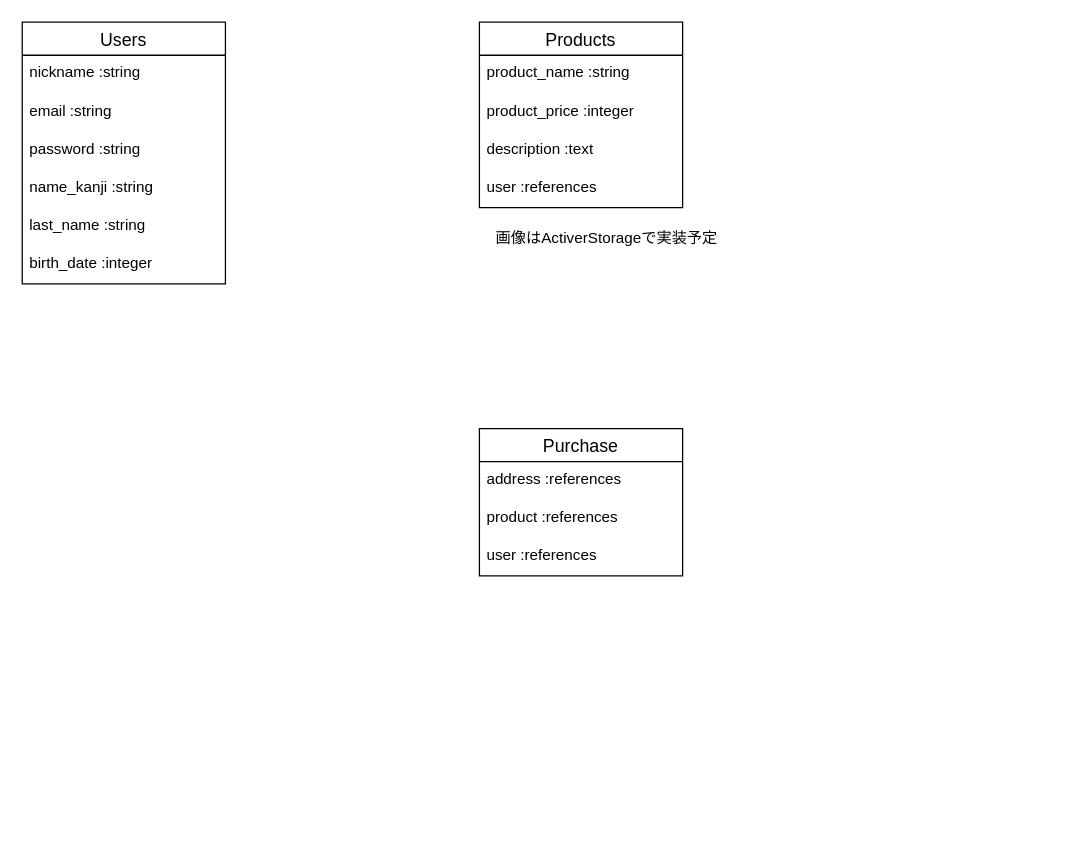
Before: ER.dio in tuckriver/furima-46646, a draw.io diagram. Source tidied: cells renumbered, new cells numbered last; positions are measured from the earlier drawing's top-left corner, leaving out a move shared by most shapes. Both pictures are drawn from the tidied source at 127%, with x=0, y=0 at pixel (22, 22).
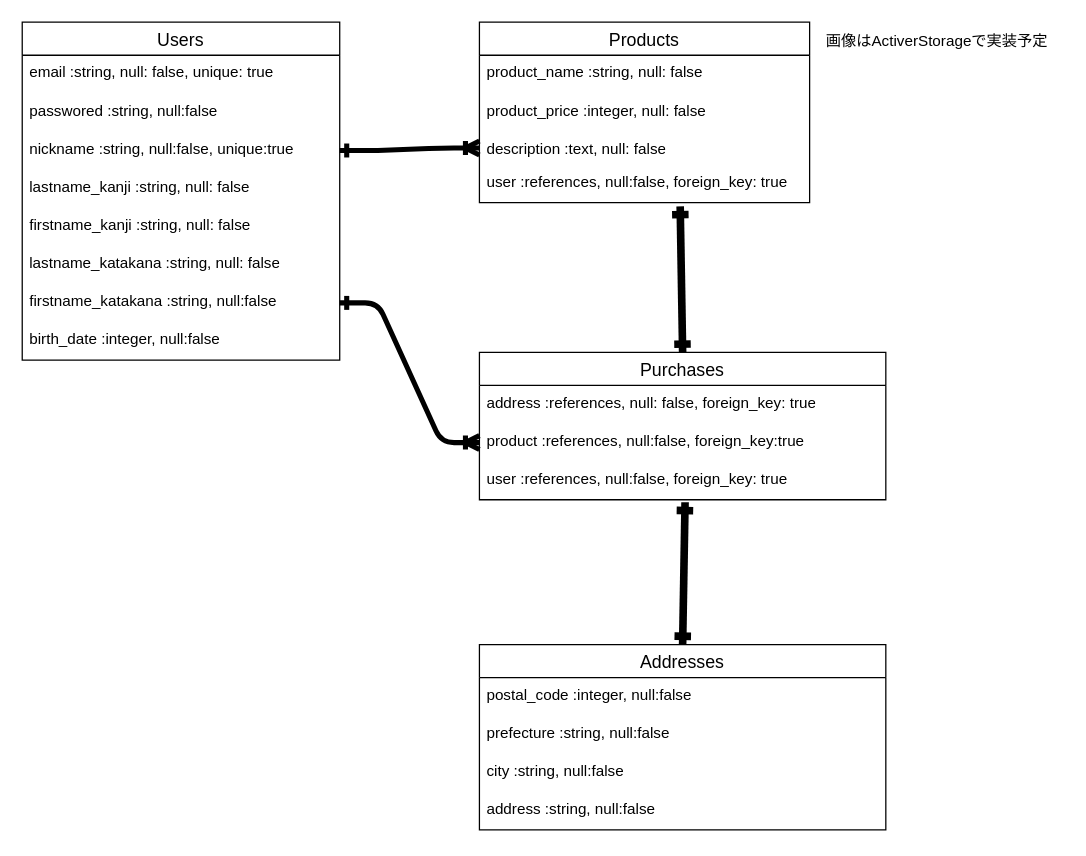
After the change.

The edit, as a diff of the source:
```diff
@@
     <mxCell id="2" value="Users" style="swimlane;fontStyle=0;horizontal=1;startSize=26;align=center;fontSize=14;" parent="1" vertex="1">
-      <mxGeometry width="160" height="206" as="geometry" />
+      <mxGeometry width="250" height="266" as="geometry" />
     </mxCell>
-    <mxCell id="3" value="nickname :string" style="text;strokeColor=none;fillColor=none;spacingLeft=4;spacingRight=4;overflow=hidden;fontSize=12;whiteSpace=wrap;html=1;" parent="2" vertex="1">
-      <mxGeometry y="26" width="160" height="30" as="geometry" />
+    <mxCell id="3" value="email :string, null: false, unique: true" style="text;strokeColor=none;fillColor=none;spacingLeft=4;spacingRight=4;overflow=hidden;fontSize=12;whiteSpace=wrap;html=1;" parent="2" vertex="1">
+      <mxGeometry y="26" width="250" height="30" as="geometry" />
     </mxCell>
-    <mxCell id="4" value="email :string" style="text;strokeColor=none;fillColor=none;spacingLeft=4;spacingRight=4;overflow=hidden;fontSize=12;whiteSpace=wrap;html=1;" parent="2" vertex="1">
-      <mxGeometry y="56" width="160" height="30" as="geometry" />
+    <mxCell id="4" value="passwored :string, null:false&amp;nbsp;" style="text;strokeColor=none;fillColor=none;spacingLeft=4;spacingRight=4;overflow=hidden;fontSize=12;whiteSpace=wrap;html=1;" parent="2" vertex="1">
+      <mxGeometry y="56" width="250" height="30" as="geometry" />
     </mxCell>
-    <mxCell id="5" value="password :string" style="text;strokeColor=none;fillColor=none;spacingLeft=4;spacingRight=4;overflow=hidden;points=[[0,0.5],[1,0.5]];portConstraint=eastwest;fontSize=12;whiteSpace=wrap;html=1;" parent="2" vertex="1">
-      <mxGeometry y="86" width="160" height="30" as="geometry" />
+    <mxCell id="5" value="nickname :string, null:false, unique:true" style="text;strokeColor=none;fillColor=none;spacingLeft=4;spacingRight=4;overflow=hidden;points=[[0,0.5],[1,0.5]];portConstraint=eastwest;fontSize=12;whiteSpace=wrap;html=1;" parent="2" vertex="1">
+      <mxGeometry y="86" width="250" height="30" as="geometry" />
     </mxCell>
-    <mxCell id="6" value="name_kanji :string" style="text;strokeColor=none;fillColor=none;spacingLeft=4;spacingRight=4;overflow=hidden;fontSize=12;whiteSpace=wrap;html=1;" parent="2" vertex="1">
-      <mxGeometry y="116" width="160" height="30" as="geometry" />
+    <mxCell id="6" value="lastname_kanji :string, null: false" style="text;strokeColor=none;fillColor=none;spacingLeft=4;spacingRight=4;overflow=hidden;fontSize=12;whiteSpace=wrap;html=1;" parent="2" vertex="1">
+      <mxGeometry y="116" width="250" height="30" as="geometry" />
     </mxCell>
-    <mxCell id="7" value="last_name :string" style="text;strokeColor=none;fillColor=none;spacingLeft=4;spacingRight=4;overflow=hidden;fontSize=12;whiteSpace=wrap;html=1;" parent="2" vertex="1">
-      <mxGeometry y="146" width="160" height="30" as="geometry" />
+    <mxCell id="7" value="firstname_kanji :string, null: false" style="text;strokeColor=none;fillColor=none;spacingLeft=4;spacingRight=4;overflow=hidden;fontSize=12;whiteSpace=wrap;html=1;" parent="2" vertex="1">
+      <mxGeometry y="146" width="250" height="30" as="geometry" />
     </mxCell>
-    <mxCell id="8" value="birth_date :integer" style="text;strokeColor=none;fillColor=none;spacingLeft=4;spacingRight=4;overflow=hidden;fontSize=12;whiteSpace=wrap;html=1;" parent="2" vertex="1">
-      <mxGeometry y="176" width="160" height="30" as="geometry" />
+    <mxCell id="8" value="lastname_katakana :string, null: false" style="text;strokeColor=none;fillColor=none;spacingLeft=4;spacingRight=4;overflow=hidden;fontSize=12;whiteSpace=wrap;html=1;" parent="2" vertex="1">
+      <mxGeometry y="176" width="250" height="30" as="geometry" />
     </mxCell>
+    <mxCell id="19" value="firstname_katakana :string, null:false" style="text;strokeColor=none;fillColor=none;spacingLeft=4;spacingRight=4;overflow=hidden;points=[[0,0.5],[1,0.5]];portConstraint=eastwest;fontSize=12;whiteSpace=wrap;html=1;" parent="2" vertex="1">
+      <mxGeometry y="206" width="250" height="30" as="geometry" />
+    </mxCell>
+    <mxCell id="20" value="birth_date :integer, null:false" style="text;strokeColor=none;fillColor=none;spacingLeft=4;spacingRight=4;overflow=hidden;fontSize=12;whiteSpace=wrap;html=1;" parent="2" vertex="1">
+      <mxGeometry y="236" width="250" height="30" as="geometry" />
+    </mxCell>
     <mxCell id="9" value="Products" style="swimlane;fontStyle=0;horizontal=1;startSize=26;align=center;fontSize=14;" parent="1" vertex="1">
-      <mxGeometry x="360" width="160" height="146" as="geometry" />
+      <mxGeometry x="360" width="260" height="142" as="geometry" />
     </mxCell>
-    <mxCell id="10" value="product_name :string" style="text;strokeColor=none;fillColor=none;spacingLeft=4;spacingRight=4;overflow=hidden;fontSize=12;whiteSpace=wrap;html=1;" parent="9" vertex="1">
-      <mxGeometry y="26" width="160" height="30" as="geometry" />
+    <mxCell id="10" value="product_name :string, null: false" style="text;strokeColor=none;fillColor=none;spacingLeft=4;spacingRight=4;overflow=hidden;fontSize=12;whiteSpace=wrap;html=1;" parent="9" vertex="1">
+      <mxGeometry y="26" width="260" height="30" as="geometry" />
     </mxCell>
-    <mxCell id="11" value="product_price :integer" style="text;strokeColor=none;fillColor=none;spacingLeft=4;spacingRight=4;overflow=hidden;fontSize=12;whiteSpace=wrap;html=1;" parent="9" vertex="1">
-      <mxGeometry y="56" width="160" height="30" as="geometry" />
+    <mxCell id="11" value="product_price :integer, null: false" style="text;strokeColor=none;fillColor=none;spacingLeft=4;spacingRight=4;overflow=hidden;fontSize=12;whiteSpace=wrap;html=1;" parent="9" vertex="1">
+      <mxGeometry y="56" width="260" height="30" as="geometry" />
     </mxCell>
-    <mxCell id="12" value="description :text" style="text;strokeColor=none;fillColor=none;spacingLeft=4;spacingRight=4;overflow=hidden;points=[[0,0.5],[1,0.5]];portConstraint=eastwest;fontSize=12;whiteSpace=wrap;html=1;" parent="9" vertex="1">
-      <mxGeometry y="86" width="160" height="30" as="geometry" />
+    <mxCell id="12" value="description :text, null: false" style="text;strokeColor=none;fillColor=none;spacingLeft=4;spacingRight=4;overflow=hidden;points=[[0,0.5],[1,0.5]];portConstraint=eastwest;fontSize=12;whiteSpace=wrap;html=1;" parent="9" vertex="1">
+      <mxGeometry y="86" width="260" height="26" as="geometry" />
     </mxCell>
-    <mxCell id="13" value="user :references" style="text;strokeColor=none;fillColor=none;spacingLeft=4;spacingRight=4;overflow=hidden;points=[[0,0.5],[1,0.5]];portConstraint=eastwest;fontSize=12;whiteSpace=wrap;html=1;" parent="9" vertex="1">
-      <mxGeometry y="116" width="160" height="30" as="geometry" />
+    <mxCell id="13" value="user :references, null:false, foreign_key: true" style="text;strokeColor=none;fillColor=none;spacingLeft=4;spacingRight=4;overflow=hidden;points=[[0,0.5],[1,0.5]];portConstraint=eastwest;fontSize=12;whiteSpace=wrap;html=1;" parent="9" vertex="1">
+      <mxGeometry y="112" width="260" height="30" as="geometry" />
     </mxCell>
     <mxCell id="14" value="画像はActiverStorageで実装予定" style="text;html=1;align=center;verticalAlign=middle;strokeColor=none;fillColor=none;" parent="1" vertex="1">
-      <mxGeometry x="360" y="155" width="200" height="30" as="geometry" />
+      <mxGeometry x="620" width="200" height="30" as="geometry" />
     </mxCell>
-    <mxCell id="15" value="Purchase" style="swimlane;fontStyle=0;horizontal=1;startSize=26;align=center;fontSize=14;" parent="1" vertex="1">
-      <mxGeometry x="360" y="320" width="160" height="116" as="geometry" />
+    <mxCell id="15" value="Purchases" style="swimlane;fontStyle=0;horizontal=1;startSize=26;align=center;fontSize=14;" parent="1" vertex="1">
+      <mxGeometry x="360" y="260" width="320" height="116" as="geometry" />
     </mxCell>
-    <mxCell id="16" value="address :references" style="text;strokeColor=none;fillColor=none;spacingLeft=4;spacingRight=4;overflow=hidden;fontSize=12;whiteSpace=wrap;html=1;" parent="15" vertex="1">
-      <mxGeometry y="26" width="160" height="30" as="geometry" />
+    <mxCell id="16" value="address :references, null: false, foreign_key: true" style="text;strokeColor=none;fillColor=none;spacingLeft=4;spacingRight=4;overflow=hidden;fontSize=12;whiteSpace=wrap;html=1;" parent="15" vertex="1">
+      <mxGeometry y="26" width="320" height="30" as="geometry" />
     </mxCell>
-    <mxCell id="17" value="product :references" style="text;strokeColor=none;fillColor=none;spacingLeft=4;spacingRight=4;overflow=hidden;points=[[0,0.5],[1,0.5]];portConstraint=eastwest;fontSize=12;whiteSpace=wrap;html=1;" parent="15" vertex="1">
-      <mxGeometry y="56" width="160" height="30" as="geometry" />
+    <mxCell id="17" value="product :references, null:false, foreign_key:true" style="text;strokeColor=none;fillColor=none;spacingLeft=4;spacingRight=4;overflow=hidden;points=[[0,0.5],[1,0.5]];portConstraint=eastwest;fontSize=12;whiteSpace=wrap;html=1;" parent="15" vertex="1">
+      <mxGeometry y="56" width="320" height="30" as="geometry" />
     </mxCell>
-    <mxCell id="18" value="user :references" style="text;strokeColor=none;fillColor=none;spacingLeft=4;spacingRight=4;overflow=hidden;points=[[0,0.5],[1,0.5]];portConstraint=eastwest;fontSize=12;whiteSpace=wrap;html=1;" parent="15" vertex="1">
-      <mxGeometry y="86" width="160" height="30" as="geometry" />
+    <mxCell id="18" value="user :references, null:false, foreign_key: true" style="text;strokeColor=none;fillColor=none;spacingLeft=4;spacingRight=4;overflow=hidden;points=[[0,0.5],[1,0.5]];portConstraint=eastwest;fontSize=12;whiteSpace=wrap;html=1;" parent="15" vertex="1">
+      <mxGeometry y="86" width="320" height="30" as="geometry" />
     </mxCell>
+    <mxCell id="21" value="Addresses" style="swimlane;fontStyle=0;horizontal=1;startSize=26;align=center;fontSize=14;" parent="1" vertex="1">
+      <mxGeometry x="360" y="490" width="320" height="146" as="geometry" />
+    </mxCell>
+    <mxCell id="22" value="postal_code :integer, null:false" style="text;strokeColor=none;fillColor=none;spacingLeft=4;spacingRight=4;overflow=hidden;fontSize=12;whiteSpace=wrap;html=1;" parent="21" vertex="1">
+      <mxGeometry y="26" width="320" height="30" as="geometry" />
+    </mxCell>
+    <mxCell id="23" value="prefecture :string, null:false" style="text;strokeColor=none;fillColor=none;spacingLeft=4;spacingRight=4;overflow=hidden;fontSize=12;whiteSpace=wrap;html=1;" parent="21" vertex="1">
+      <mxGeometry y="56" width="320" height="30" as="geometry" />
+    </mxCell>
+    <mxCell id="24" value="city :string, null:false" style="text;strokeColor=none;fillColor=none;spacingLeft=4;spacingRight=4;overflow=hidden;fontSize=12;whiteSpace=wrap;html=1;" parent="21" vertex="1">
+      <mxGeometry y="86" width="320" height="30" as="geometry" />
+    </mxCell>
+    <mxCell id="25" value="address :string, null:false" style="text;strokeColor=none;fillColor=none;spacingLeft=4;spacingRight=4;overflow=hidden;fontSize=12;whiteSpace=wrap;html=1;" parent="21" vertex="1">
+      <mxGeometry y="116" width="320" height="30" as="geometry" />
+    </mxCell>
+    <mxCell id="26" style="edgeStyle=entityRelationEdgeStyle;fontSize=12;html=1;endArrow=ERoneToMany;exitX=1;exitY=0.5;exitDx=0;exitDy=0;entryX=0;entryY=0.5;entryDx=0;entryDy=0;strokeWidth=4;startArrow=ERone;startFill=0;" parent="1" edge="1" source="5" target="12">
+      <mxGeometry relative="1" as="geometry">
+        <Array as="points">
+          <mxPoint x="300" y="101" />
+        </Array>
+      </mxGeometry>
+    </mxCell>
+    <mxCell id="27" style="edgeStyle=none;html=1;exitX=0.5;exitY=0;exitDx=0;exitDy=0;entryX=0.608;entryY=1.1;entryDx=0;entryDy=0;entryPerimeter=0;startArrow=ERone;startFill=0;endArrow=ERone;endFill=0;strokeWidth=6;" parent="1" edge="1" source="15" target="13">
+      <mxGeometry relative="1" as="geometry" />
+    </mxCell>
+    <mxCell id="28" style="edgeStyle=none;html=1;exitX=0.5;exitY=0;exitDx=0;exitDy=0;startArrow=ERone;startFill=0;endArrow=ERone;endFill=0;strokeWidth=6;entryX=0.506;entryY=1.067;entryDx=0;entryDy=0;entryPerimeter=0;" parent="1" edge="1" source="21" target="18">
+      <mxGeometry relative="1" as="geometry" />
+    </mxCell>
+    <mxCell id="29" style="edgeStyle=entityRelationEdgeStyle;fontSize=12;html=1;endArrow=ERoneToMany;exitX=1;exitY=0.5;exitDx=0;exitDy=0;entryX=0;entryY=0.5;entryDx=0;entryDy=0;strokeWidth=4;startArrow=ERone;startFill=0;" parent="1" edge="1" source="19" target="17">
+      <mxGeometry relative="1" as="geometry">
+        <Array as="points">
+          <mxPoint x="170" y="322" />
+        </Array>
+      </mxGeometry>
+    </mxCell>
```
